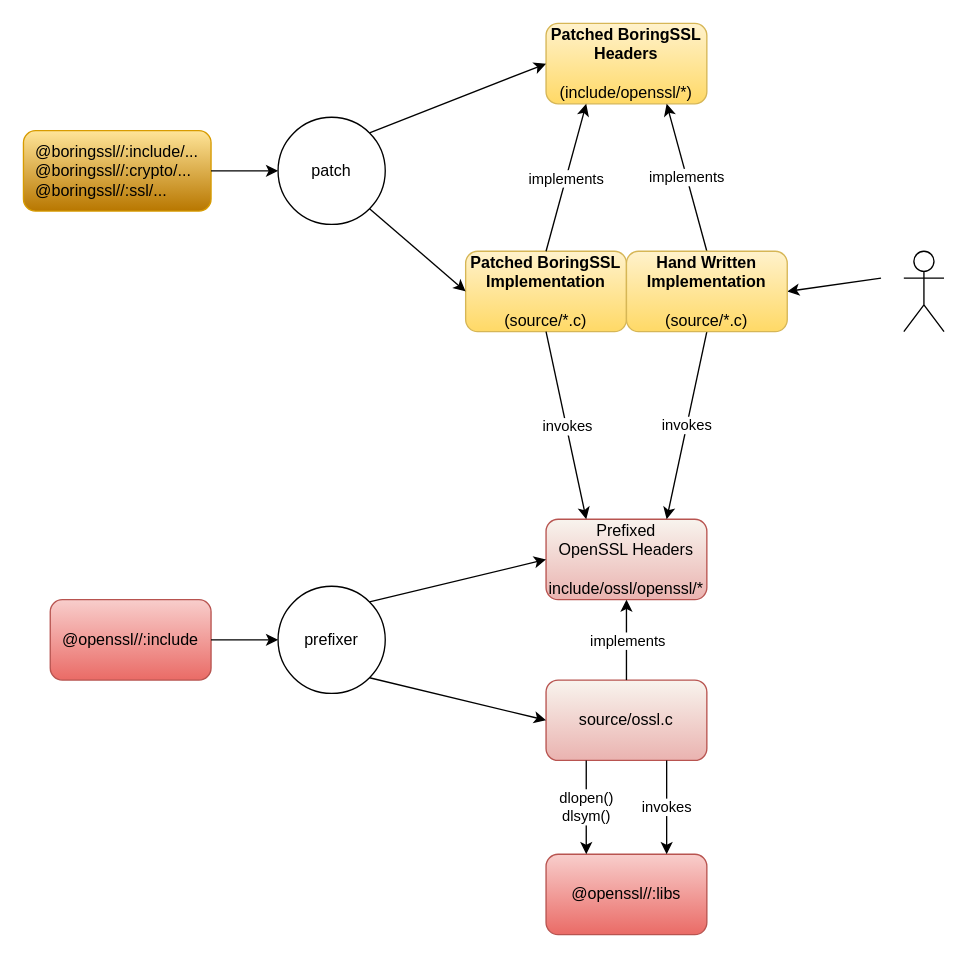
The draw.io diagram modules/envoy/compat/openssl/bssl-compat-build.drawio in 365614269/CNCF-Graduated, before the edit. Source tidied: cells renumbered, new cells numbered last; positions are measured from the earlier drawing's top-left corner, leaving out a move shared by most shapes. Both pictures are drawn from the tidied source at 134%, with x=0, y=0 at pixel (23, 23).
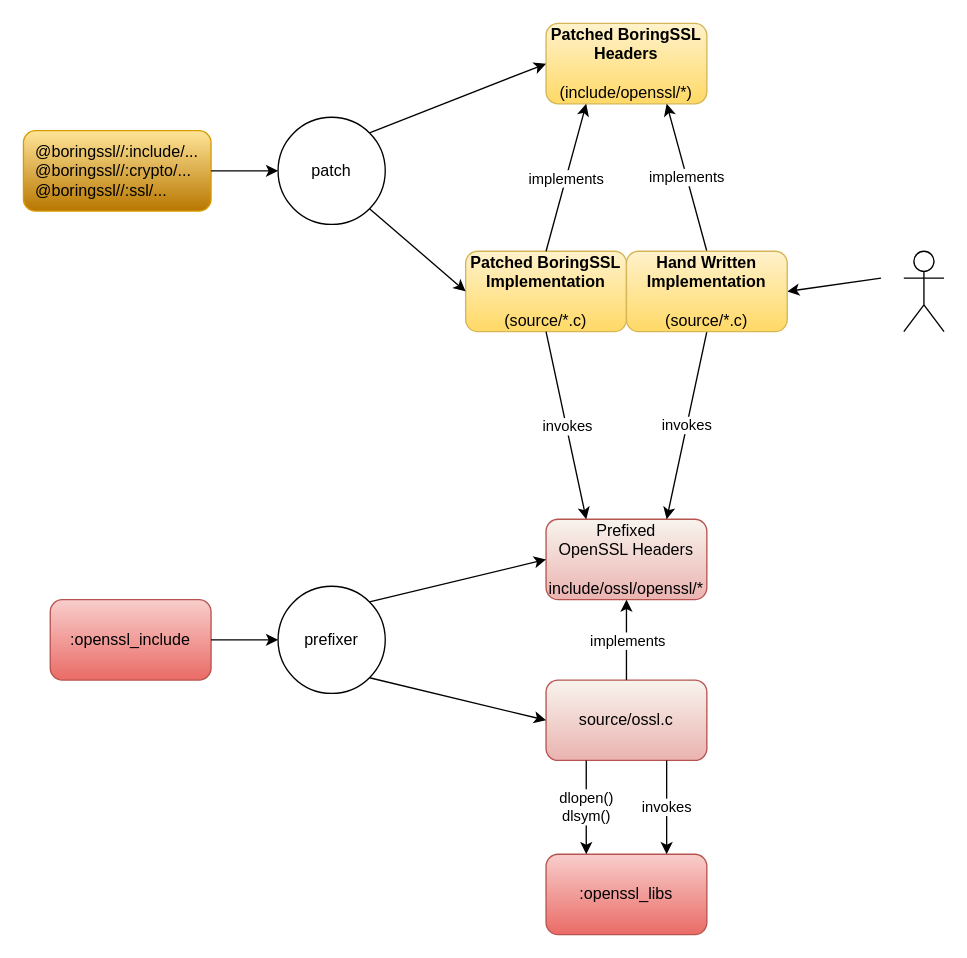
After the change.

The edit, as a diff of the source:
```diff
@@
-    <mxCell id="2" value="@openssl//:include" style="rounded=1;whiteSpace=wrap;html=1;fillColor=#f8cecc;gradientColor=#ea6b66;strokeColor=#b85450;" parent="1" vertex="1">
+    <mxCell id="2" value=":openssl_include" style="rounded=1;whiteSpace=wrap;html=1;fillColor=#f8cecc;gradientColor=#ea6b66;strokeColor=#b85450;" parent="1" vertex="1">
       <mxGeometry x="20" y="430" width="120" height="60" as="geometry" />
     </mxCell>
@@
-    <mxCell id="22" value="@openssl//:libs" style="rounded=1;whiteSpace=wrap;html=1;fillColor=#f8cecc;gradientColor=#ea6b66;strokeColor=#b85450;" parent="1" vertex="1">
+    <mxCell id="22" value=":openssl_libs" style="rounded=1;whiteSpace=wrap;html=1;fillColor=#f8cecc;gradientColor=#ea6b66;strokeColor=#b85450;" parent="1" vertex="1">
       <mxGeometry x="390" y="620" width="120" height="60" as="geometry" />
     </mxCell>
```
